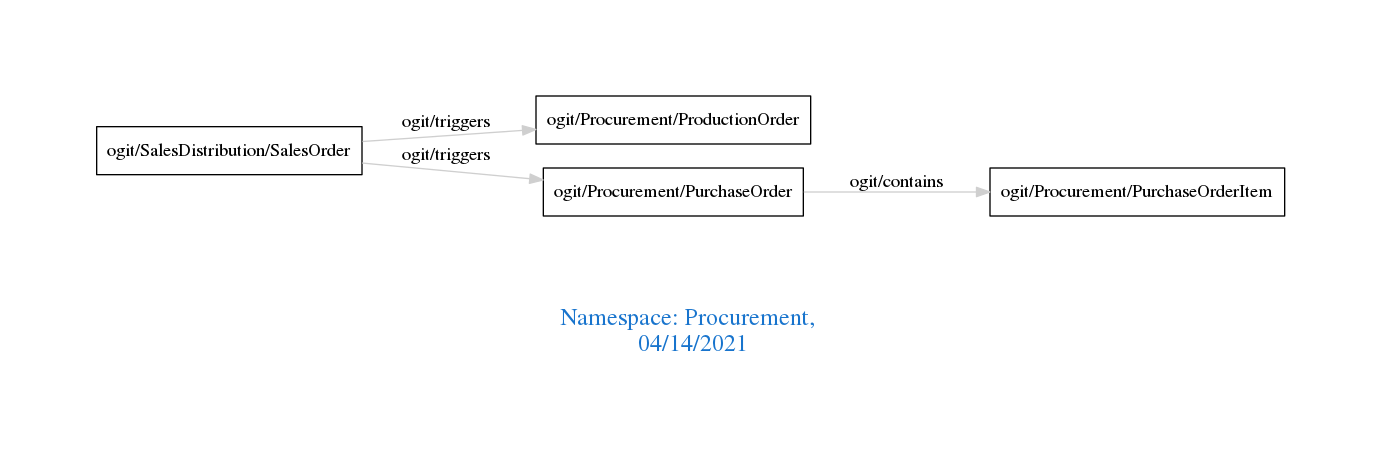
Above: downloads/Procurement.png in arago/OGIT (Graphviz), before the change. Its source is kept beside it as downloads/Procurement.dot.
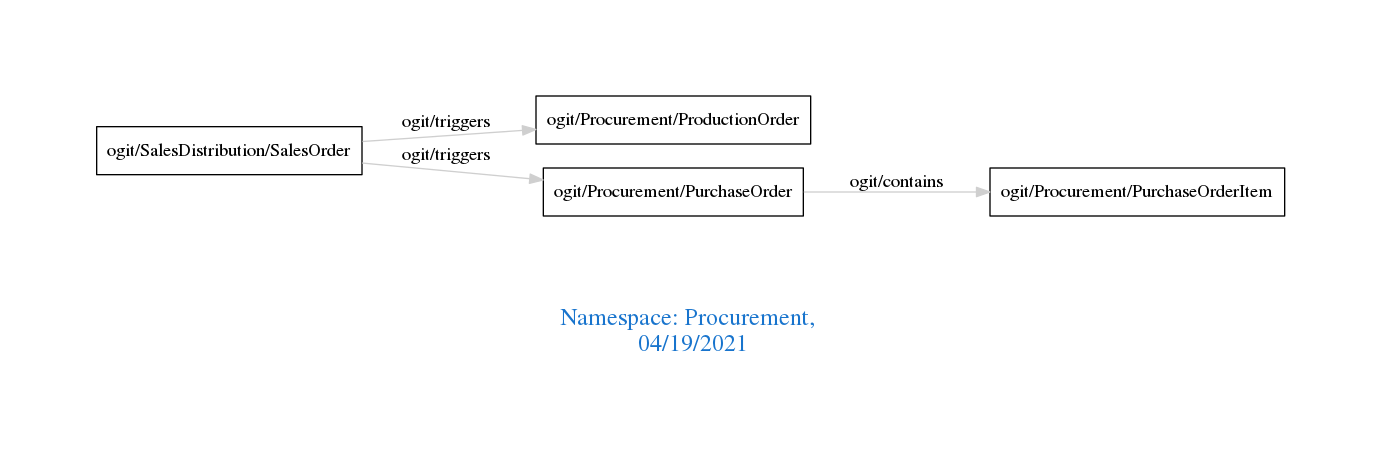
Above is the later version.

Diff of the diagram source:
```diff
@@ -1,7 +1,7 @@
 digraph OGIT_ontology {
  graph [ rankdir= LR,pad=1
 fontsize = 18,
-fontcolor= dodgerblue3,label = "\n\n\nNamespace: Procurement, \n 04/14/2021"];
+fontcolor= dodgerblue3,label = "\n\n\nNamespace: Procurement, \n 04/19/2021"];
 node[shape=polygon];
 edge [  color="gray81"];
 
```
